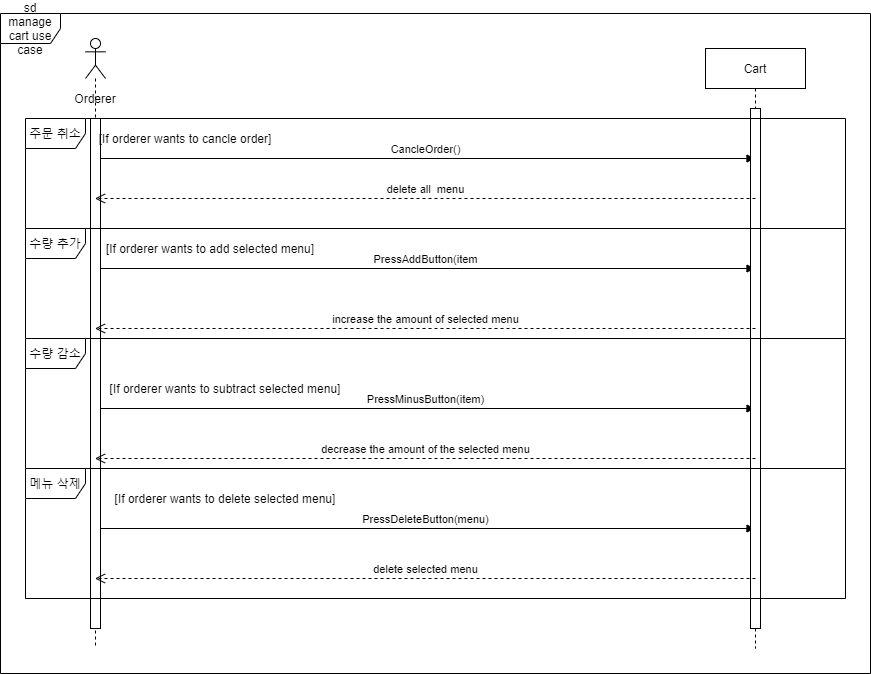
Before: 상세명세서/Behavioral Model/sequence diagram/장바구니 관리.png, a diagram exported from draw.io (distroytest/KNUSD-20202-Team05). Source tidied: cells renumbered, new cells last; positions are measured from the earlier drawing's top-left corner, leaving out a move shared by most shapes.
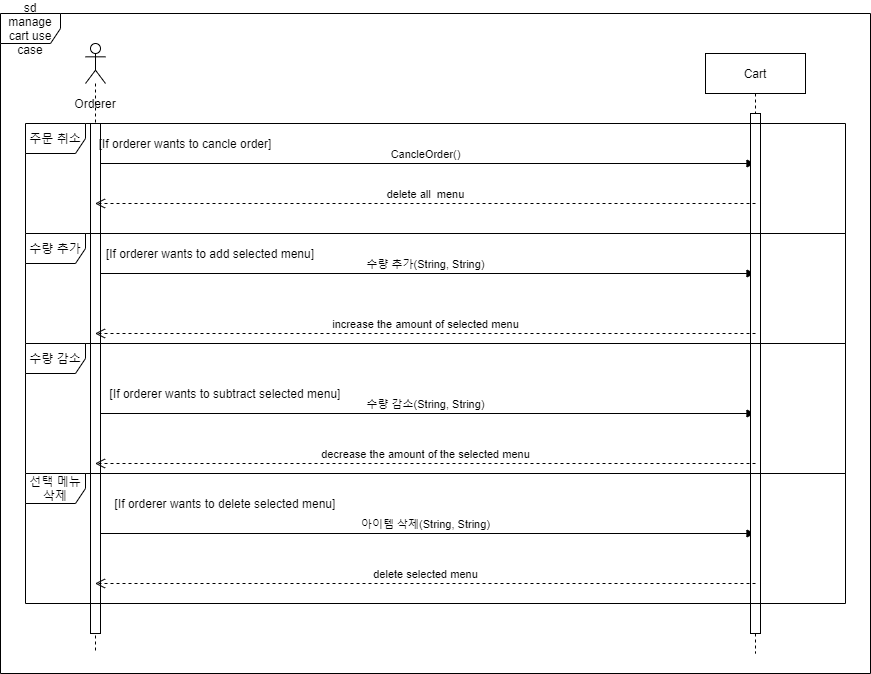
Above is the later version.

Commit message:
Update 장바구니 관리.png

Change to the diagram source:
```diff
@@ -10,17 +10,17 @@
         <mxPoint x="10" y="120" as="sourcePoint" />
       </mxGeometry>
     </mxCell>
-    <mxCell id="4" value="PressAddButton(item" style="html=1;verticalAlign=bottom;endArrow=block;" parent="2" edge="1" target="9">
+    <mxCell id="4" value="수량 추가(String, String)" style="html=1;verticalAlign=bottom;endArrow=block;" parent="2" edge="1" target="9">
       <mxGeometry relative="1" as="geometry">
         <mxPoint x="10" y="230" as="sourcePoint" />
       </mxGeometry>
     </mxCell>
-    <mxCell id="5" value="PressMinusButton(item)" style="html=1;verticalAlign=bottom;endArrow=block;" parent="2" edge="1" target="9">
+    <mxCell id="5" value="수량 감소(String, String)" style="html=1;verticalAlign=bottom;endArrow=block;" parent="2" edge="1" target="9">
       <mxGeometry relative="1" as="geometry">
         <mxPoint x="10" y="370" as="sourcePoint" />
       </mxGeometry>
     </mxCell>
-    <mxCell id="6" value="PressDeleteButton(menu)" style="html=1;verticalAlign=bottom;endArrow=block;" parent="2" edge="1" target="9">
+    <mxCell id="6" value="아이템 삭제(String, String)" style="html=1;verticalAlign=bottom;endArrow=block;" parent="2" edge="1" target="9">
       <mxGeometry relative="1" as="geometry">
         <mxPoint x="10" y="490" as="sourcePoint" />
       </mxGeometry>
@@ -70,7 +70,7 @@
       <mxGeometry x="105" y="475" width="240" height="20" as="geometry" />
     </mxCell>
     <mxCell id="19" value="sd manage cart use case" style="shape=umlFrame;whiteSpace=wrap;html=1;width=60;height=30;" parent="1" vertex="1">
-      <mxGeometry width="870" height="660" as="geometry" />
+      <mxGeometry y="-5" width="870" height="660" as="geometry" />
     </mxCell>
     <mxCell id="20" value="주문 취소" style="shape=umlFrame;whiteSpace=wrap;html=1;" parent="1" vertex="1">
       <mxGeometry x="25" y="105" width="820" height="110" as="geometry" />
@@ -81,7 +81,7 @@
     <mxCell id="22" value="수량 감소" style="shape=umlFrame;whiteSpace=wrap;html=1;" parent="1" vertex="1">
       <mxGeometry x="25" y="325" width="820" height="130" as="geometry" />
     </mxCell>
-    <mxCell id="23" value="메뉴 삭제" style="shape=umlFrame;whiteSpace=wrap;html=1;" parent="1" vertex="1">
+    <mxCell id="23" value="선택 메뉴삭제" style="shape=umlFrame;whiteSpace=wrap;html=1;" parent="1" vertex="1">
       <mxGeometry x="25" y="455" width="820" height="130" as="geometry" />
     </mxCell>
   </root>
```
